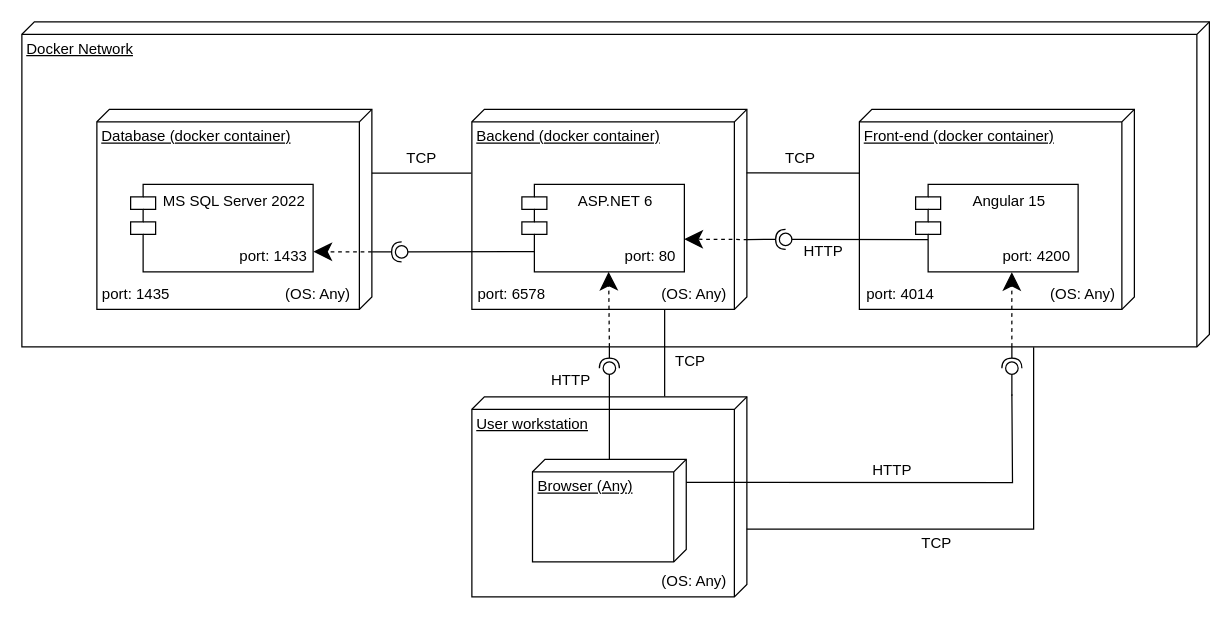
Earlier version of the draw.io diagram Documentation/Diagrams/deployment-diagram.drawio (v-demyanov/WMS). Source tidied: cells renumbered, new cells numbered last; positions are measured from the earlier drawing's top-left corner, leaving out a move shared by most shapes. Both pictures are drawn from the tidied source at 125%, with x=0, y=0 at pixel (21, 21).
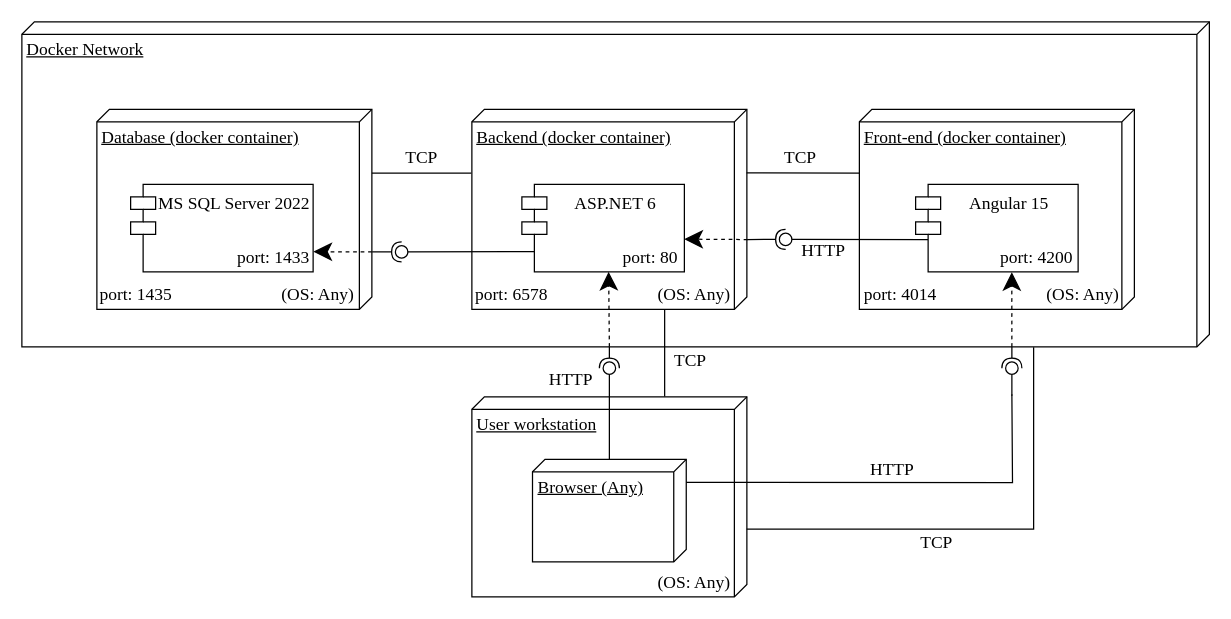
The same page after the edit.

Diff of the diagram source:
```diff
@@
-    <mxCell id="2" value="Docker Network" style="verticalAlign=top;align=left;spacingTop=8;spacingLeft=2;spacingRight=12;shape=cube;size=10;direction=south;fontStyle=4;html=1;" parent="1" vertex="1">
+    <mxCell id="2" value="Docker Network" style="verticalAlign=top;align=left;spacingTop=8;spacingLeft=2;spacingRight=12;shape=cube;size=10;direction=south;fontStyle=4;html=1;fontFamily=Times New Roman;fontSize=14;" parent="1" vertex="1">
       <mxGeometry width="950" height="260" as="geometry" />
     </mxCell>
-    <mxCell id="3" value="Database (docker container)" style="verticalAlign=top;align=left;spacingTop=8;spacingLeft=2;spacingRight=12;shape=cube;size=10;direction=south;fontStyle=4;html=1;" parent="1" vertex="1">
+    <mxCell id="3" value="Database (docker container)" style="verticalAlign=top;align=left;spacingTop=8;spacingLeft=2;spacingRight=12;shape=cube;size=10;direction=south;fontStyle=4;html=1;fontFamily=Times New Roman;fontSize=14;" parent="1" vertex="1">
       <mxGeometry x="60" y="70" width="220" height="160" as="geometry" />
     </mxCell>
-    <mxCell id="4" value="MS SQL Server 2022" style="shape=module;align=left;spacingLeft=20;align=center;verticalAlign=top;" parent="1" vertex="1">
+    <mxCell id="4" value="MS SQL Server 2022" style="shape=module;align=left;spacingLeft=20;align=center;verticalAlign=top;fontFamily=Times New Roman;fontSize=14;" parent="1" vertex="1">
       <mxGeometry x="87" y="130" width="146" height="70" as="geometry" />
     </mxCell>
-    <mxCell id="5" value="Backend (docker container)" style="verticalAlign=top;align=left;spacingTop=8;spacingLeft=2;spacingRight=12;shape=cube;size=10;direction=south;fontStyle=4;html=1;" parent="1" vertex="1">
+    <mxCell id="5" value="Backend (docker container)" style="verticalAlign=top;align=left;spacingTop=8;spacingLeft=2;spacingRight=12;shape=cube;size=10;direction=south;fontStyle=4;html=1;fontFamily=Times New Roman;fontSize=14;" parent="1" vertex="1">
       <mxGeometry x="360" y="70" width="220" height="160" as="geometry" />
     </mxCell>
-    <mxCell id="6" value="ASP.NET 6" style="shape=module;align=left;spacingLeft=20;align=center;verticalAlign=top;" parent="1" vertex="1">
+    <mxCell id="6" value="ASP.NET 6" style="shape=module;align=left;spacingLeft=20;align=center;verticalAlign=top;fontFamily=Times New Roman;fontSize=14;" parent="1" vertex="1">
       <mxGeometry x="400" y="130" width="130" height="70" as="geometry" />
     </mxCell>
-    <mxCell id="7" value="Front-end (docker container)" style="verticalAlign=top;align=left;spacingTop=8;spacingLeft=2;spacingRight=12;shape=cube;size=10;direction=south;fontStyle=4;html=1;" parent="1" vertex="1">
+    <mxCell id="7" value="Front-end (docker container)" style="verticalAlign=top;align=left;spacingTop=8;spacingLeft=2;spacingRight=12;shape=cube;size=10;direction=south;fontStyle=4;html=1;fontFamily=Times New Roman;fontSize=14;" parent="1" vertex="1">
       <mxGeometry x="670" y="70" width="220" height="160" as="geometry" />
     </mxCell>
-    <mxCell id="8" value="Angular 15" style="shape=module;align=left;spacingLeft=20;align=center;verticalAlign=top;" parent="1" vertex="1">
+    <mxCell id="8" value="Angular 15" style="shape=module;align=left;spacingLeft=20;align=center;verticalAlign=top;fontFamily=Times New Roman;fontSize=14;" parent="1" vertex="1">
       <mxGeometry x="715" y="130" width="130" height="70" as="geometry" />
     </mxCell>
-    <mxCell id="9" value="User workstation" style="verticalAlign=top;align=left;spacingTop=8;spacingLeft=2;spacingRight=12;shape=cube;size=10;direction=south;fontStyle=4;html=1;" parent="1" vertex="1">
+    <mxCell id="9" value="User workstation" style="verticalAlign=top;align=left;spacingTop=8;spacingLeft=2;spacingRight=12;shape=cube;size=10;direction=south;fontStyle=4;html=1;fontFamily=Times New Roman;fontSize=14;" parent="1" vertex="1">
       <mxGeometry x="360" y="300" width="220" height="160" as="geometry" />
     </mxCell>
-    <mxCell id="10" value="port: 1435" style="text;align=center;fontStyle=0;verticalAlign=middle;spacingLeft=3;spacingRight=3;strokeColor=none;" parent="1" vertex="1">
+    <mxCell id="10" value="port: 1435" style="text;align=center;fontStyle=0;verticalAlign=middle;spacingLeft=3;spacingRight=3;strokeColor=none;fontFamily=Times New Roman;fontSize=14;" parent="1" vertex="1">
       <mxGeometry x="60" y="204" width="63" height="26" as="geometry" />
     </mxCell>
-    <mxCell id="11" value="port: 6578" style="text;align=center;fontStyle=0;verticalAlign=middle;spacingLeft=3;spacingRight=3;strokeColor=none;" parent="1" vertex="1">
+    <mxCell id="11" value="port: 6578" style="text;align=center;fontStyle=0;verticalAlign=middle;spacingLeft=3;spacingRight=3;strokeColor=none;fontFamily=Times New Roman;fontSize=14;" parent="1" vertex="1">
       <mxGeometry x="360" y="204" width="64" height="26" as="geometry" />
     </mxCell>
-    <mxCell id="12" value="port: 4014" style="text;align=center;fontStyle=0;verticalAlign=middle;spacingLeft=3;spacingRight=3;strokeColor=none;" parent="1" vertex="1">
+    <mxCell id="12" value="port: 4014" style="text;align=center;fontStyle=0;verticalAlign=middle;spacingLeft=3;spacingRight=3;strokeColor=none;fontFamily=Times New Roman;fontSize=14;" parent="1" vertex="1">
       <mxGeometry x="670" y="204" width="66" height="26" as="geometry" />
     </mxCell>
-    <mxCell id="13" value="port: 1433" style="text;align=center;fontStyle=0;verticalAlign=middle;spacingLeft=3;spacingRight=3;strokeColor=none;" parent="1" vertex="1">
+    <mxCell id="13" value="port: 1433" style="text;align=center;fontStyle=0;verticalAlign=middle;spacingLeft=3;spacingRight=3;strokeColor=none;fontFamily=Times New Roman;fontSize=14;" parent="1" vertex="1">
       <mxGeometry x="170" y="174" width="63" height="26" as="geometry" />
     </mxCell>
-    <mxCell id="14" value="port: 80" style="text;align=center;fontStyle=0;verticalAlign=middle;spacingLeft=3;spacingRight=3;strokeColor=none;" parent="1" vertex="1">
+    <mxCell id="14" value="port: 80" style="text;align=center;fontStyle=0;verticalAlign=middle;spacingLeft=3;spacingRight=3;strokeColor=none;fontFamily=Times New Roman;fontSize=14;" parent="1" vertex="1">
       <mxGeometry x="476" y="174" width="54" height="26" as="geometry" />
     </mxCell>
-    <mxCell id="15" value="port: 4200" style="text;align=center;fontStyle=0;verticalAlign=middle;spacingLeft=3;spacingRight=3;strokeColor=none;points=[[0,0.5],[1,0.5]];portConstraint=eastwest;" parent="1" vertex="1">
+    <mxCell id="15" value="port: 4200" style="text;align=center;fontStyle=0;verticalAlign=middle;spacingLeft=3;spacingRight=3;strokeColor=none;points=[[0,0.5],[1,0.5]];portConstraint=eastwest;fontFamily=Times New Roman;fontSize=14;" parent="1" vertex="1">
       <mxGeometry x="779" y="174" width="66" height="26" as="geometry" />
     </mxCell>
@@
-    <mxCell id="17" value="TCP" style="text;html=1;strokeColor=none;fillColor=none;align=center;verticalAlign=middle;whiteSpace=wrap;rounded=0;" parent="1" vertex="1">
+    <mxCell id="17" value="TCP" style="text;html=1;strokeColor=none;fillColor=none;align=center;verticalAlign=middle;whiteSpace=wrap;rounded=0;fontFamily=Times New Roman;fontSize=14;" parent="1" vertex="1">
       <mxGeometry x="713" y="406" width="38" height="21" as="geometry" />
     </mxCell>
@@
-    <mxCell id="21" value="Browser (Any)" style="verticalAlign=top;align=left;spacingTop=8;spacingLeft=2;spacingRight=12;shape=cube;size=10;direction=south;fontStyle=4;html=1;whiteSpace=wrap;" parent="1" vertex="1">
+    <mxCell id="21" value="Browser (Any)" style="verticalAlign=top;align=left;spacingTop=8;spacingLeft=2;spacingRight=12;shape=cube;size=10;direction=south;fontStyle=4;html=1;whiteSpace=wrap;fontFamily=Times New Roman;fontSize=14;" parent="1" vertex="1">
       <mxGeometry x="408.5" y="350" width="123" height="82" as="geometry" />
     </mxCell>
-    <mxCell id="22" value="(OS: Any)" style="text;align=center;fontStyle=0;verticalAlign=middle;spacingLeft=3;spacingRight=3;strokeColor=none;" parent="1" vertex="1">
+    <mxCell id="22" value="(OS: Any)" style="text;align=center;fontStyle=0;verticalAlign=middle;spacingLeft=3;spacingRight=3;strokeColor=none;fontFamily=Times New Roman;fontSize=14;" parent="1" vertex="1">
       <mxGeometry x="506" y="204" width="64" height="26" as="geometry" />
     </mxCell>
-    <mxCell id="23" value="(OS: Any)" style="text;align=center;fontStyle=0;verticalAlign=middle;spacingLeft=3;spacingRight=3;strokeColor=none;" parent="1" vertex="1">
+    <mxCell id="23" value="(OS: Any)" style="text;align=center;fontStyle=0;verticalAlign=middle;spacingLeft=3;spacingRight=3;strokeColor=none;fontFamily=Times New Roman;fontSize=14;" parent="1" vertex="1">
       <mxGeometry x="817" y="204" width="64" height="26" as="geometry" />
     </mxCell>
-    <mxCell id="24" value="(OS: Any)" style="text;align=center;fontStyle=0;verticalAlign=middle;spacingLeft=3;spacingRight=3;strokeColor=none;" parent="1" vertex="1">
+    <mxCell id="24" value="(OS: Any)" style="text;align=center;fontStyle=0;verticalAlign=middle;spacingLeft=3;spacingRight=3;strokeColor=none;fontFamily=Times New Roman;fontSize=14;" parent="1" vertex="1">
       <mxGeometry x="205" y="204" width="64" height="26" as="geometry" />
     </mxCell>
-    <mxCell id="25" value="(OS: Any)" style="text;align=center;fontStyle=0;verticalAlign=middle;spacingLeft=3;spacingRight=3;strokeColor=none;" parent="1" vertex="1">
+    <mxCell id="25" value="(OS: Any)" style="text;align=center;fontStyle=0;verticalAlign=middle;spacingLeft=3;spacingRight=3;strokeColor=none;fontFamily=Times New Roman;fontSize=14;" parent="1" vertex="1">
       <mxGeometry x="506" y="434" width="64" height="26" as="geometry" />
     </mxCell>
@@
-    <mxCell id="31" value="HTTP" style="text;html=1;strokeColor=none;fillColor=none;align=center;verticalAlign=middle;whiteSpace=wrap;rounded=0;" parent="1" vertex="1">
+    <mxCell id="31" value="HTTP" style="text;html=1;strokeColor=none;fillColor=none;align=center;verticalAlign=middle;whiteSpace=wrap;rounded=0;fontFamily=Times New Roman;fontSize=14;" parent="1" vertex="1">
       <mxGeometry x="676" y="349" width="41" height="20" as="geometry" />
     </mxCell>
-    <mxCell id="32" value="TCP" style="text;html=1;strokeColor=none;fillColor=none;align=center;verticalAlign=middle;whiteSpace=wrap;rounded=0;" parent="1" vertex="1">
+    <mxCell id="32" value="TCP" style="text;html=1;strokeColor=none;fillColor=none;align=center;verticalAlign=middle;whiteSpace=wrap;rounded=0;fontFamily=Times New Roman;fontSize=14;" parent="1" vertex="1">
       <mxGeometry x="514" y="260" width="42" height="24" as="geometry" />
     </mxCell>
@@
-    <mxCell id="37" value="HTTP" style="text;html=1;strokeColor=none;fillColor=none;align=center;verticalAlign=middle;whiteSpace=wrap;rounded=0;" parent="1" vertex="1">
+    <mxCell id="37" value="HTTP" style="text;html=1;strokeColor=none;fillColor=none;align=center;verticalAlign=middle;whiteSpace=wrap;rounded=0;fontFamily=Times New Roman;fontSize=14;" parent="1" vertex="1">
       <mxGeometry x="419" y="277" width="41" height="20" as="geometry" />
     </mxCell>
-    <mxCell id="38" value="TCP" style="text;html=1;strokeColor=none;fillColor=none;align=center;verticalAlign=middle;whiteSpace=wrap;rounded=0;" parent="1" vertex="1">
+    <mxCell id="38" value="TCP" style="text;html=1;strokeColor=none;fillColor=none;align=center;verticalAlign=middle;whiteSpace=wrap;rounded=0;fontFamily=Times New Roman;fontSize=14;" parent="1" vertex="1">
       <mxGeometry x="602" y="97" width="42" height="24" as="geometry" />
     </mxCell>
@@
-    <mxCell id="43" value="HTTP" style="text;html=1;strokeColor=none;fillColor=none;align=center;verticalAlign=middle;whiteSpace=wrap;rounded=0;" parent="1" vertex="1">
+    <mxCell id="43" value="HTTP" style="text;html=1;strokeColor=none;fillColor=none;align=center;verticalAlign=middle;whiteSpace=wrap;rounded=0;fontFamily=Times New Roman;fontSize=14;" parent="1" vertex="1">
       <mxGeometry x="621" y="174" width="41" height="20" as="geometry" />
     </mxCell>
@@
-    <mxCell id="48" value="TCP" style="text;html=1;strokeColor=none;fillColor=none;align=center;verticalAlign=middle;whiteSpace=wrap;rounded=0;" parent="1" vertex="1">
+    <mxCell id="48" value="TCP" style="text;html=1;strokeColor=none;fillColor=none;align=center;verticalAlign=middle;whiteSpace=wrap;rounded=0;fontFamily=Times New Roman;fontSize=14;" parent="1" vertex="1">
       <mxGeometry x="298.8" y="97" width="42" height="24" as="geometry" />
     </mxCell>
```
